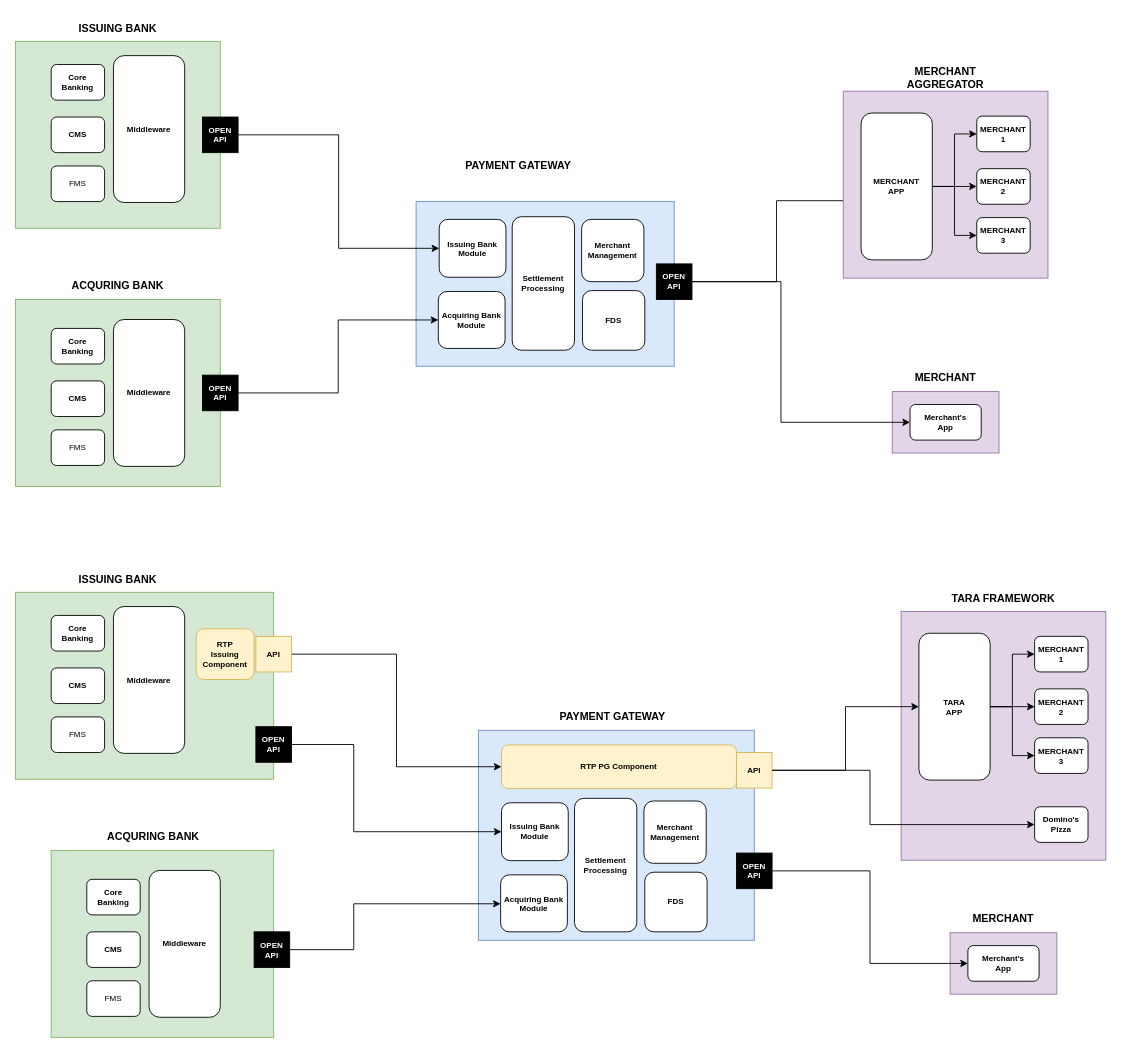
Above: victoria-mcp.drawio in stephendaniel31/draw.io (draw.io), before the change. Source tidied: cells renumbered, new cells numbered last; positions are measured from the earlier drawing's top-left corner, leaving out a move shared by most shapes. Both pictures are drawn from the tidied source at 89%, with x=0, y=0 at pixel (15, 15).
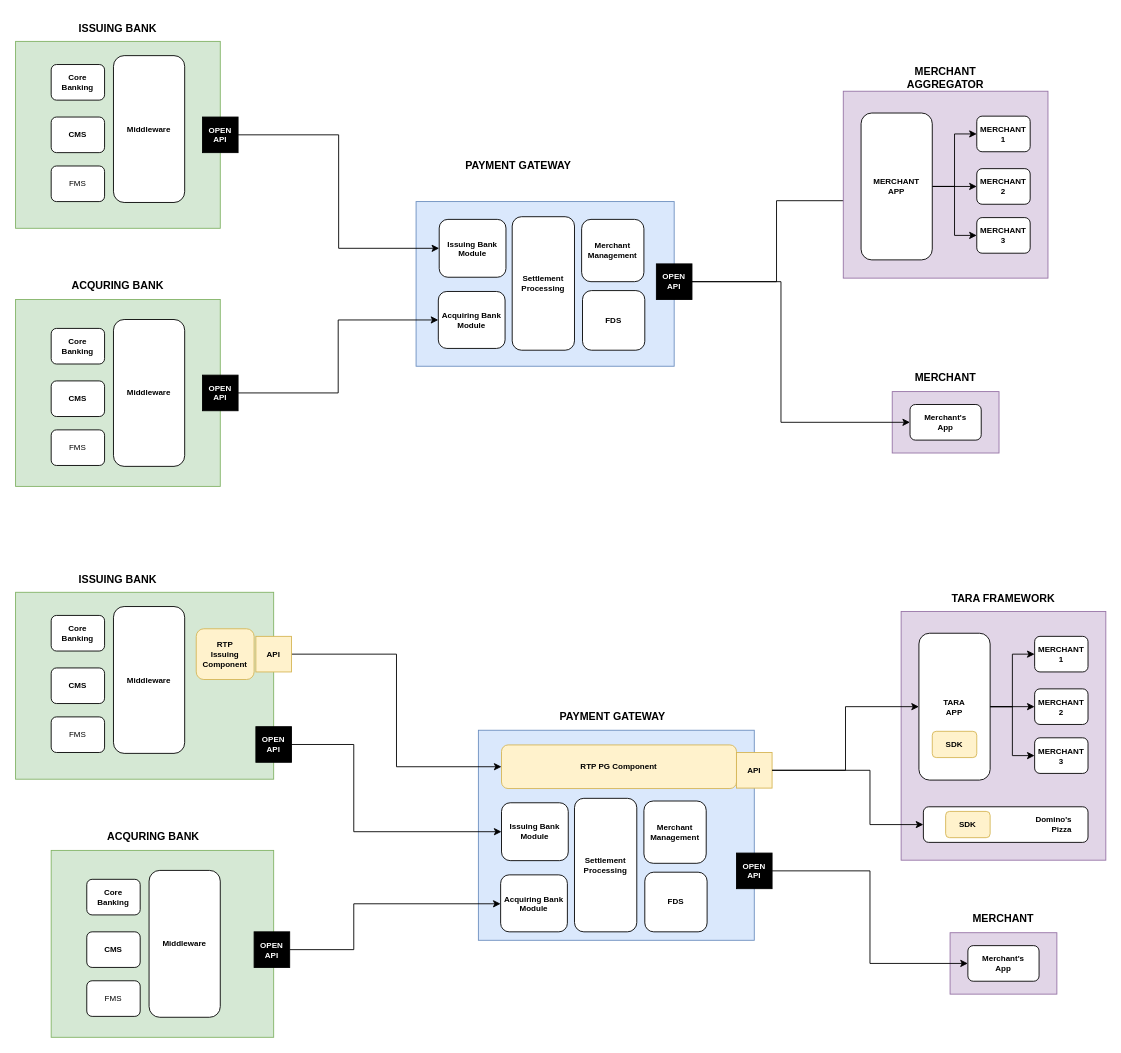
After the change.

The edit, as a diff of the source:
```diff
@@
-    <mxCell id="82" value="Domino's&lt;br&gt;Pizza" style="rounded=1;whiteSpace=wrap;html=1;fontSize=9;fontStyle=1;" parent="1" vertex="1">
-      <mxGeometry x="1145" y="889" width="60" height="40" as="geometry" />
+    <mxCell id="82" value="Domino's&lt;br&gt;Pizza" style="rounded=1;whiteSpace=wrap;html=1;fontSize=9;fontStyle=1;align=right;spacingLeft=0;spacingRight=16;" parent="1" vertex="1">
+      <mxGeometry x="1020" y="889" width="185" height="40" as="geometry" />
     </mxCell>
@@
+    <mxCell id="85" value="SDK" style="rounded=1;whiteSpace=wrap;html=1;fontFamily=Helvetica;fontSize=9;strokeColor=#d6b656;fillColor=#fff2cc;fontStyle=1;" parent="1" vertex="1">
+      <mxGeometry x="1045" y="894.2" width="50" height="29.5" as="geometry" />
+    </mxCell>
+    <mxCell id="86" value="SDK" style="rounded=1;whiteSpace=wrap;html=1;fontFamily=Helvetica;fontSize=9;strokeColor=#d6b656;fillColor=#fff2cc;fontStyle=1;" parent="1" vertex="1">
+      <mxGeometry x="1030" y="804.2" width="50" height="29.5" as="geometry" />
+    </mxCell>
```
